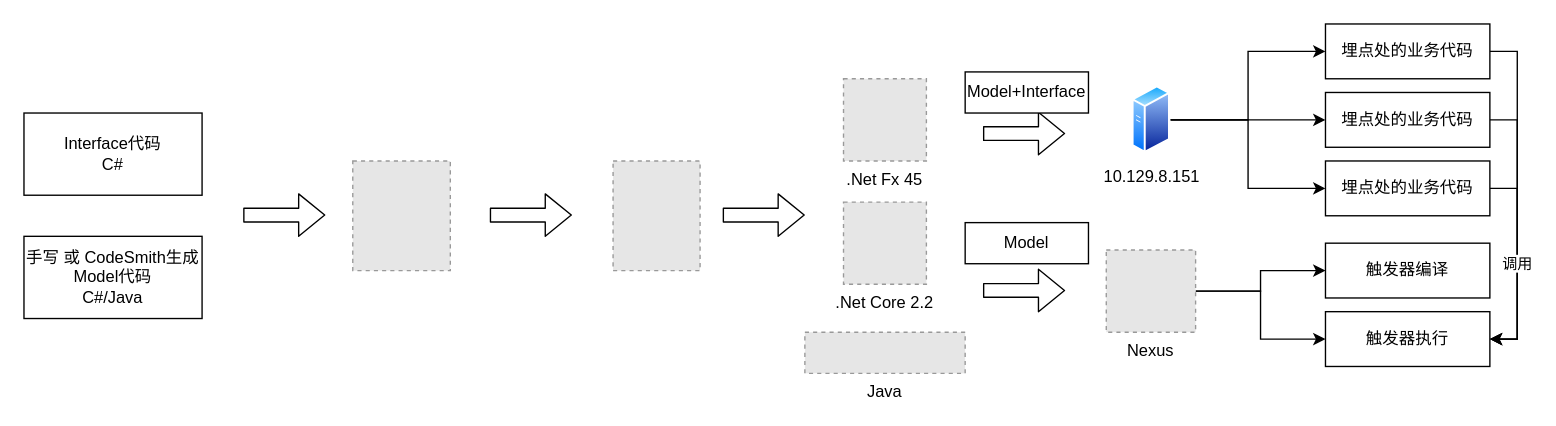
Earlier version of the draw.io diagram 场景触发器使用.drawio (Lucas20029/MyDiagrams). Source tidied: cells renumbered, new cells numbered last; positions are measured from the earlier drawing's top-left corner, leaving out a move shared by most shapes. Both pictures are drawn from the tidied source at 137%, with x=0, y=0 at pixel (23, 23). Pictures stored in the file or linked from it are replaced by grey dashed boxes.
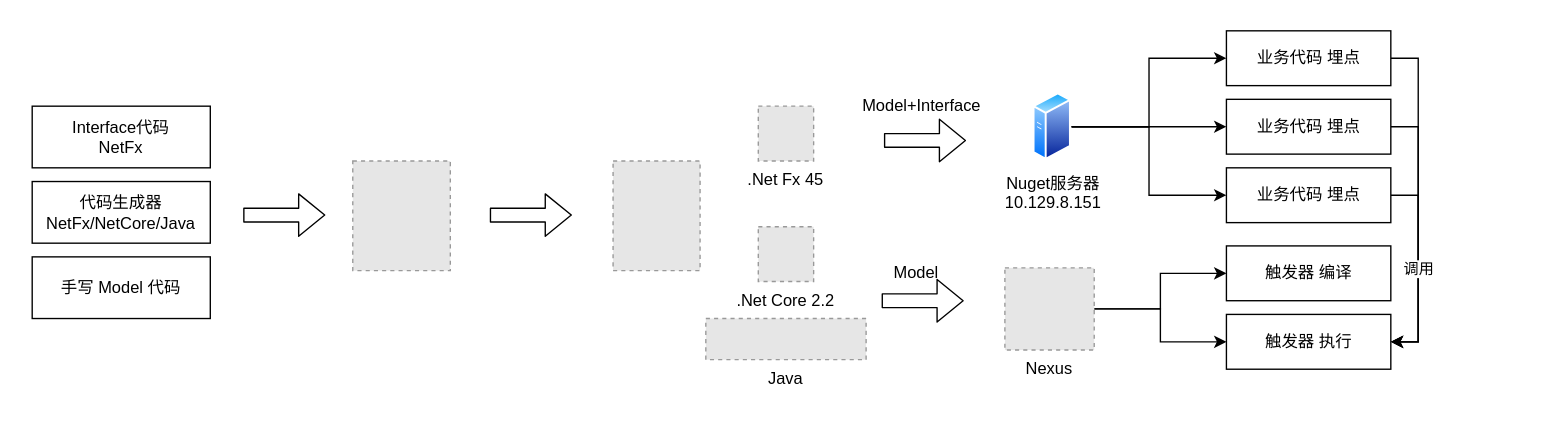
The same page after the edit.

Commit message:
Update 场景触发器使用.drawio

Change to the diagram source:
```diff
@@
-    <mxCell id="2" value="手写 或 CodeSmith生成&lt;br&gt;Model代码&lt;br&gt;C#/Java" style="rounded=0;whiteSpace=wrap;html=1;" parent="1" vertex="1">
-      <mxGeometry y="155" width="130" height="60" as="geometry" />
+    <mxCell id="2" value="手写 Model 代码" style="rounded=0;whiteSpace=wrap;html=1;" parent="1" vertex="1">
+      <mxGeometry x="6" y="170" width="130" height="45" as="geometry" />
     </mxCell>
@@
     <mxCell id="7" value=".Net Fx 45" style="fillColor=#E6E6E6;strokeColor=#999999;dashed=1;verticalLabelPosition=bottom;labelBackgroundColor=#ffffff;verticalAlign=top;" parent="1" vertex="1">
-      <mxGeometry x="598.2" y="40" width="60.5" height="60" as="geometry" />
+      <mxGeometry x="536" y="60" width="40.4" height="40" as="geometry" />
     </mxCell>
     <mxCell id="8" value=".Net Core 2.2" style="fillColor=#E6E6E6;strokeColor=#999999;dashed=1;verticalLabelPosition=bottom;labelBackgroundColor=#ffffff;verticalAlign=top;" parent="1" vertex="1">
-      <mxGeometry x="598.2" y="130" width="60.5" height="60" as="geometry" />
+      <mxGeometry x="536" y="148" width="40.4" height="40" as="geometry" />
     </mxCell>
     <mxCell id="9" value="Java" style="fillColor=#E6E6E6;strokeColor=#999999;dashed=1;verticalLabelPosition=bottom;labelBackgroundColor=#ffffff;verticalAlign=top;" parent="1" vertex="1">
-      <mxGeometry x="570" y="225" width="117" height="30" as="geometry" />
+      <mxGeometry x="497.7" y="215" width="117" height="30" as="geometry" />
     </mxCell>
@@
     <mxCell id="12" value="Nexus" style="fillColor=#E6E6E6;strokeColor=#999999;dashed=1;verticalLabelPosition=bottom;labelBackgroundColor=#ffffff;verticalAlign=top;" parent="1" vertex="1">
-      <mxGeometry x="790" y="165" width="65.2" height="60" as="geometry" />
+      <mxGeometry x="716" y="178" width="65.2" height="60" as="geometry" />
     </mxCell>
-    <mxCell id="13" style="shape=flexArrow;endArrow=classic;html=1;" parent="1" edge="1">
-      <mxGeometry relative="1" as="geometry">
-        <mxPoint x="700" y="194.5" as="sourcePoint" />
-        <mxPoint x="760" y="194.5" as="targetPoint" />
-      </mxGeometry>
-    </mxCell>
@@
-    <mxCell id="17" value="10.129.8.151" style="perimeter=ellipsePerimeter;html=1;align=center;shadow=0;dashed=0;spacingTop=3;image;image=img/lib/active_directory/generic_server.svg;" parent="1" vertex="1">
-      <mxGeometry x="809" y="45" width="28" height="50" as="geometry" />
+    <mxCell id="17" value="Nuget服务器&lt;br&gt;10.129.8.151" style="perimeter=ellipsePerimeter;html=1;align=center;shadow=0;dashed=0;spacingTop=3;image;image=img/lib/active_directory/generic_server.svg;" parent="1" vertex="1">
+      <mxGeometry x="736.7" y="50" width="28" height="50" as="geometry" />
     </mxCell>
     <mxCell id="18" style="shape=flexArrow;endArrow=classic;html=1;" parent="1" edge="1">
       <mxGeometry relative="1" as="geometry">
-        <mxPoint x="700" y="80" as="sourcePoint" />
-        <mxPoint x="760" y="80" as="targetPoint" />
+        <mxPoint x="627.7" y="85" as="sourcePoint" />
+        <mxPoint x="687.7" y="85" as="targetPoint" />
       </mxGeometry>
     </mxCell>
-    <mxCell id="19" style="shape=flexArrow;endArrow=classic;html=1;" parent="1" edge="1">
-      <mxGeometry relative="1" as="geometry">
-        <mxPoint x="510" y="139.5" as="sourcePoint" />
-        <mxPoint x="570" y="139.5" as="targetPoint" />
-      </mxGeometry>
-    </mxCell>
-    <mxCell id="20" value="Interface代码&lt;br&gt;C#" style="rounded=0;whiteSpace=wrap;html=1;" parent="1" vertex="1">
-      <mxGeometry y="65" width="130" height="60" as="geometry" />
+    <mxCell id="20" value="Interface代码&lt;br&gt;NetFx" style="rounded=0;whiteSpace=wrap;html=1;" parent="1" vertex="1">
+      <mxGeometry x="6" y="60" width="130" height="45" as="geometry" />
     </mxCell>
-    <mxCell id="21" value="Model+Interface" style="rounded=0;whiteSpace=wrap;html=1;" parent="1" vertex="1">
-      <mxGeometry x="687" y="35" width="90" height="30" as="geometry" />
-    </mxCell>
-    <mxCell id="22" value="Model" style="rounded=0;whiteSpace=wrap;html=1;" parent="1" vertex="1">
-      <mxGeometry x="687" y="145" width="90" height="30" as="geometry" />
-    </mxCell>
@@
-    <mxCell id="24" value="埋点处的业务代码" style="rounded=0;whiteSpace=wrap;html=1;" parent="1" vertex="1">
-      <mxGeometry x="950" y="50" width="120" height="40" as="geometry" />
+    <mxCell id="24" value="业务代码 埋点" style="rounded=0;whiteSpace=wrap;html=1;" parent="1" vertex="1">
+      <mxGeometry x="877.7" y="55" width="120" height="40" as="geometry" />
     </mxCell>
@@
-    <mxCell id="26" value="埋点处的业务代码" style="rounded=0;whiteSpace=wrap;html=1;" parent="1" vertex="1">
-      <mxGeometry x="950" width="120" height="40" as="geometry" />
+    <mxCell id="26" value="业务代码 埋点" style="rounded=0;whiteSpace=wrap;html=1;" parent="1" vertex="1">
+      <mxGeometry x="877.7" y="5" width="120" height="40" as="geometry" />
     </mxCell>
@@
-    <mxCell id="28" value="埋点处的业务代码" style="rounded=0;whiteSpace=wrap;html=1;" parent="1" vertex="1">
-      <mxGeometry x="950" y="100" width="120" height="40" as="geometry" />
+    <mxCell id="28" value="业务代码 埋点" style="rounded=0;whiteSpace=wrap;html=1;" parent="1" vertex="1">
+      <mxGeometry x="877.7" y="105" width="120" height="40" as="geometry" />
     </mxCell>
-    <mxCell id="29" value="触发器执行" style="rounded=0;whiteSpace=wrap;html=1;" parent="1" vertex="1">
-      <mxGeometry x="950" y="210" width="120" height="40" as="geometry" />
+    <mxCell id="29" value="触发器 执行" style="rounded=0;whiteSpace=wrap;html=1;" parent="1" vertex="1">
+      <mxGeometry x="877.7" y="212" width="120" height="40" as="geometry" />
     </mxCell>
-    <mxCell id="30" value="触发器编译" style="rounded=0;whiteSpace=wrap;html=1;" parent="1" vertex="1">
-      <mxGeometry x="950" y="160" width="120" height="40" as="geometry" />
+    <mxCell id="30" value="触发器 编译" style="rounded=0;whiteSpace=wrap;html=1;" parent="1" vertex="1">
+      <mxGeometry x="877.7" y="162" width="120" height="40" as="geometry" />
     </mxCell>
+    <mxCell id="31" value="代码生成器&lt;br&gt;NetFx/NetCore/Java" style="rounded=0;whiteSpace=wrap;html=1;" parent="1" vertex="1">
+      <mxGeometry x="6" y="115" width="130" height="45" as="geometry" />
+    </mxCell>
+    <mxCell id="21" value="&lt;span&gt;Model+Interface&lt;/span&gt;" style="text;html=1;align=center;verticalAlign=middle;" parent="1" vertex="1">
+      <mxGeometry x="604.7" y="50" width="100" height="20" as="geometry" />
+    </mxCell>
+    <mxCell id="22" value="&lt;span&gt;Model&lt;/span&gt;" style="text;html=1;align=center;verticalAlign=middle;" parent="1" vertex="1">
+      <mxGeometry x="626" y="172" width="50" height="20" as="geometry" />
+    </mxCell>
+    <mxCell id="32" style="shape=flexArrow;endArrow=classic;html=1;" parent="1" edge="1">
+      <mxGeometry relative="1" as="geometry">
+        <mxPoint x="626" y="202" as="sourcePoint" />
+        <mxPoint x="686" y="202" as="targetPoint" />
+      </mxGeometry>
+    </mxCell>
```
